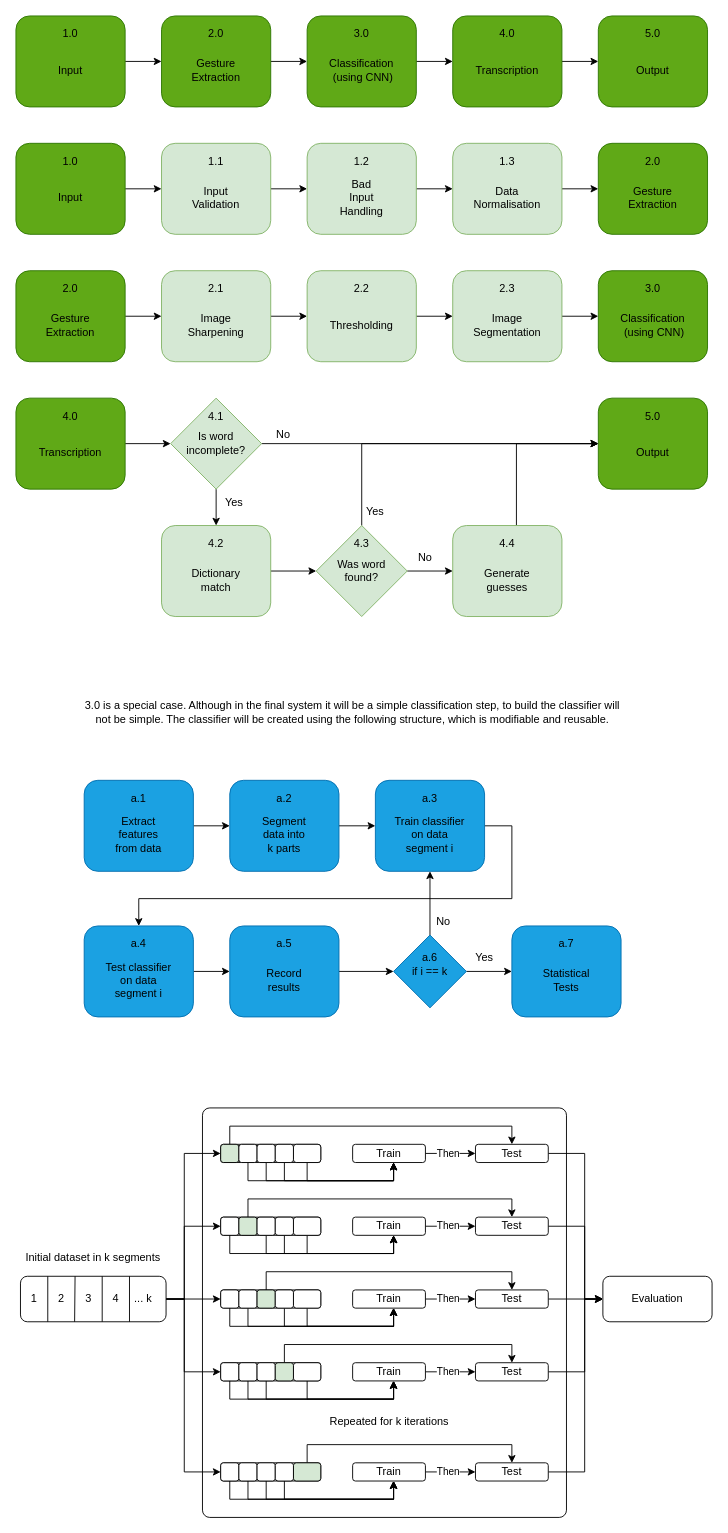
The draw.io diagram Untitled Diagram.drawio in Inkletblot/drawio, before the edit. Source tidied: cells renumbered, new cells numbered last; positions are measured from the earlier drawing's top-left corner, leaving out a move shared by most shapes. Both pictures are drawn from the tidied source at 91%, with x=0, y=0 at pixel (15, 15).
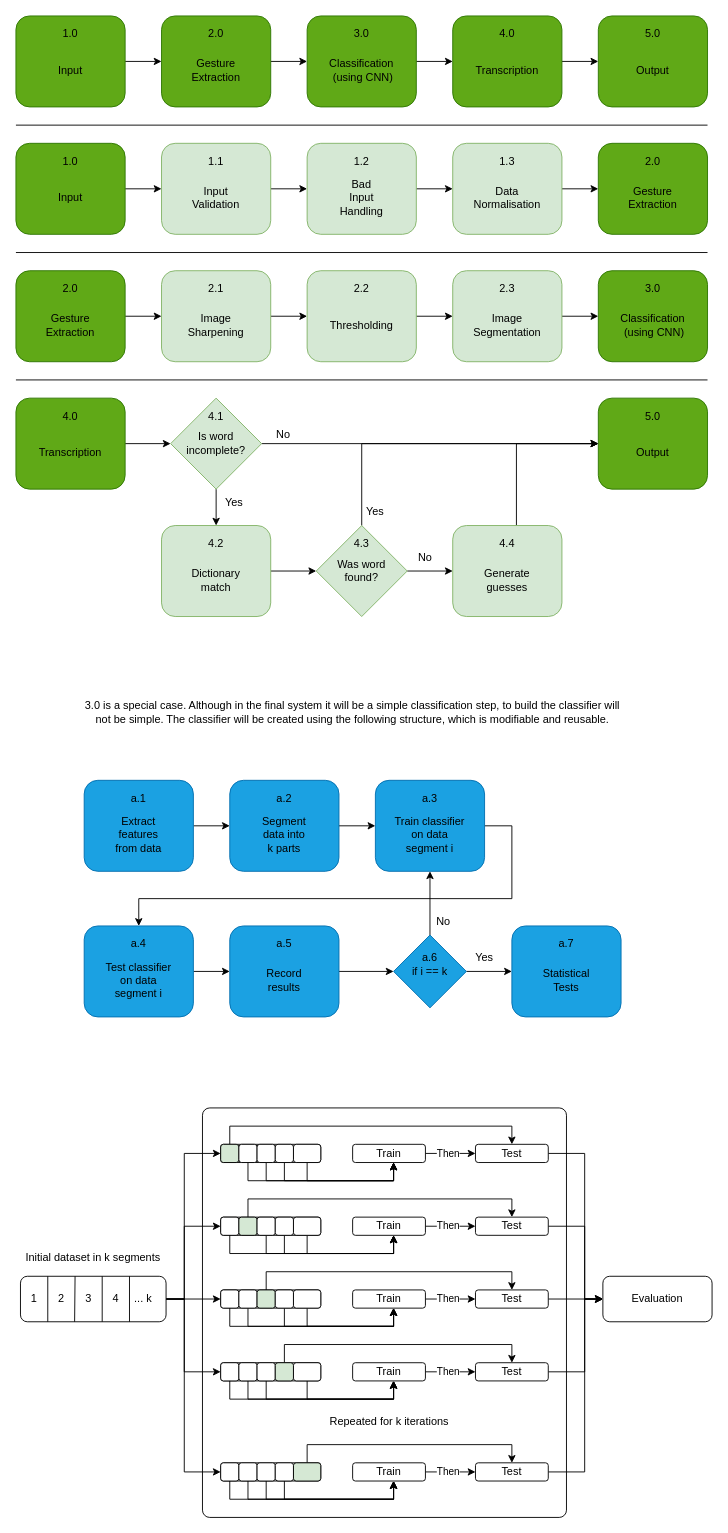
After the change.

What changed in the source:
```diff
@@
+    <mxCell id="211" style="endArrow=none;html=1;rounded=0;" parent="1" edge="1">
+      <mxGeometry relative="1" as="geometry">
+        <mxPoint y="120" as="sourcePoint" />
+        <mxPoint x="760" y="120" as="targetPoint" />
+      </mxGeometry>
+    </mxCell>
+    <mxCell id="212" style="endArrow=none;html=1;rounded=0;" parent="1" edge="1">
+      <mxGeometry relative="1" as="geometry">
+        <mxPoint y="260" as="sourcePoint" />
+        <mxPoint x="760" y="260" as="targetPoint" />
+      </mxGeometry>
+    </mxCell>
+    <mxCell id="213" style="endArrow=none;html=1;rounded=0;" parent="1" edge="1">
+      <mxGeometry relative="1" as="geometry">
+        <mxPoint y="400" as="sourcePoint" />
+        <mxPoint x="760" y="400" as="targetPoint" />
+      </mxGeometry>
+    </mxCell>
```
